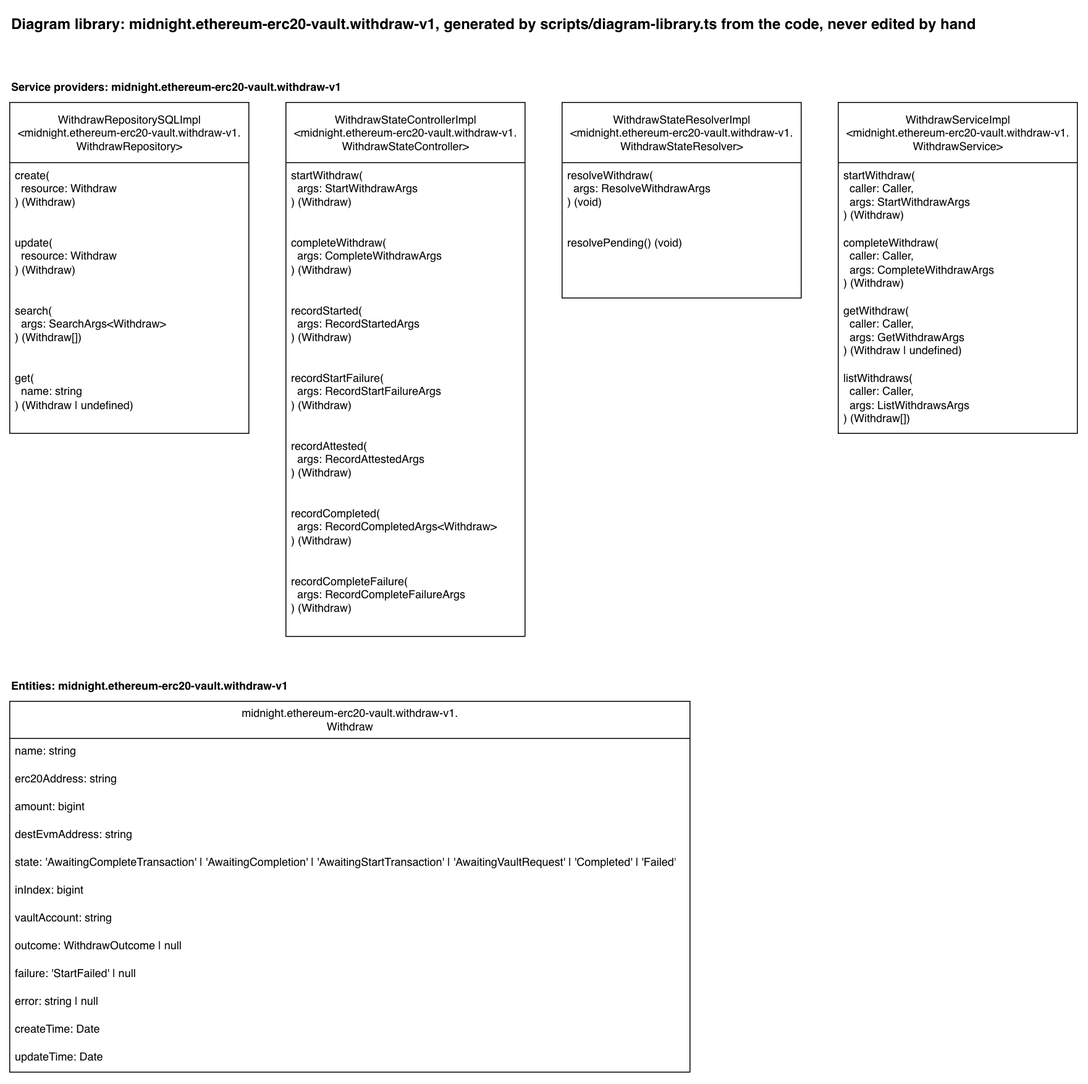
Earlier version of the draw.io export docs/diagram-library/midnight/ethereum-erc20-vault/withdraw-v1/diagram-library.drawio.png (sig-net/full-stack-demo). Source tidied: cells renumbered, new cells last; positions are measured from the earlier drawing's top-left corner, leaving out a move shared by most shapes.
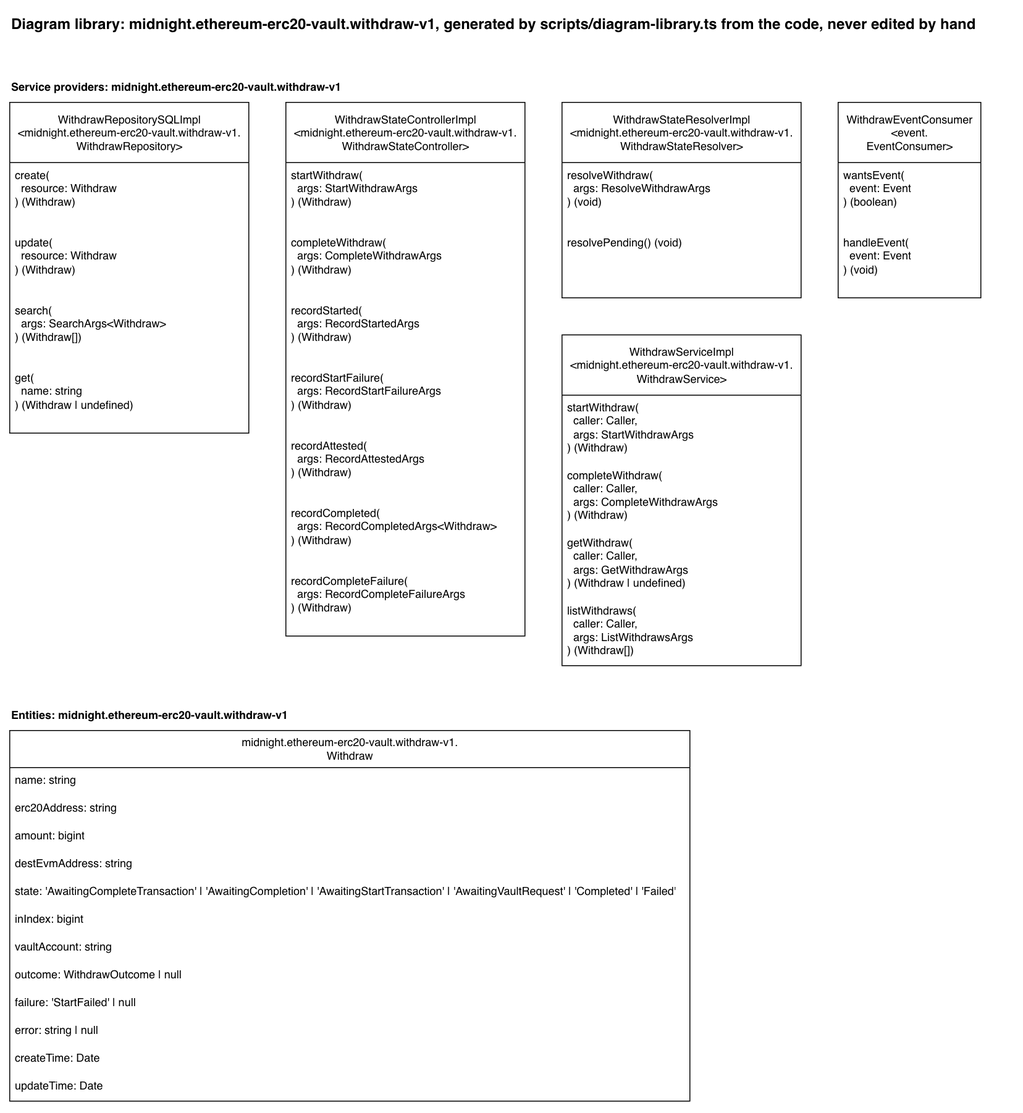
After the commit.

Diff of the diagram source:
```diff
@@ -57,7 +57,7 @@
       <mxGeometry y="138" width="258" height="73" as="geometry" />
     </mxCell>
     <mxCell id="20" value="WithdrawServiceImpl&lt;br&gt;&amp;lt;midnight.ethereum-erc20-vault.withdraw-v1.&lt;br&gt;WithdrawService&amp;gt;" style="swimlane;fontStyle=0;horizontal=1;startSize=65;fillColor=default;html=1;fillStyle=solid;" parent="1" vertex="1">
-      <mxGeometry x="894" y="100" width="258" height="357" as="geometry" />
+      <mxGeometry x="596" y="351" width="258" height="357" as="geometry" />
     </mxCell>
     <mxCell id="21" value="startWithdraw(&lt;br&gt;&amp;nbsp; caller: Caller,&lt;br&gt;&amp;nbsp; args: StartWithdrawArgs&lt;br&gt;) (Withdraw)" style="text;strokeColor=none;fillColor=none;align=left;verticalAlign=top;spacingLeft=4;spacingRight=4;overflow=hidden;whiteSpace=wrap;html=1;" parent="20" vertex="1">
       <mxGeometry y="65" width="258" height="73" as="geometry" />
@@ -71,11 +71,20 @@
     <mxCell id="24" value="listWithdraws(&lt;br&gt;&amp;nbsp; caller: Caller,&lt;br&gt;&amp;nbsp; args: ListWithdrawsArgs&lt;br&gt;) (Withdraw[])" style="text;strokeColor=none;fillColor=none;align=left;verticalAlign=top;spacingLeft=4;spacingRight=4;overflow=hidden;whiteSpace=wrap;html=1;" parent="20" vertex="1">
       <mxGeometry y="284" width="258" height="73" as="geometry" />
     </mxCell>
+    <mxCell id="39" value="WithdrawEventConsumer&lt;br&gt;&amp;lt;event.&lt;br&gt;EventConsumer&amp;gt;" style="swimlane;fontStyle=0;horizontal=1;startSize=65;fillColor=default;html=1;fillStyle=solid;" parent="1" vertex="1">
+      <mxGeometry x="894" y="100" width="154" height="211" as="geometry" />
+    </mxCell>
+    <mxCell id="40" value="wantsEvent(&lt;br&gt;&amp;nbsp; event: Event&lt;br&gt;) (boolean)" style="text;strokeColor=none;fillColor=none;align=left;verticalAlign=top;spacingLeft=4;spacingRight=4;overflow=hidden;whiteSpace=wrap;html=1;" parent="39" vertex="1">
+      <mxGeometry y="65" width="154" height="73" as="geometry" />
+    </mxCell>
+    <mxCell id="41" value="handleEvent(&lt;br&gt;&amp;nbsp; event: Event&lt;br&gt;) (void)" style="text;strokeColor=none;fillColor=none;align=left;verticalAlign=top;spacingLeft=4;spacingRight=4;overflow=hidden;whiteSpace=wrap;html=1;" parent="39" vertex="1">
+      <mxGeometry y="138" width="154" height="73" as="geometry" />
+    </mxCell>
     <mxCell id="25" value="Entities: midnight.ethereum-erc20-vault.withdraw-v1" style="text;html=1;fontStyle=1;" parent="1" vertex="1">
-      <mxGeometry y="716" width="324" height="20" as="geometry" />
+      <mxGeometry y="748" width="324" height="20" as="geometry" />
     </mxCell>
     <mxCell id="26" value="midnight.ethereum-erc20-vault.withdraw-v1.&lt;br&gt;Withdraw" style="swimlane;fontStyle=0;horizontal=1;startSize=40;fillColor=default;html=1;fillStyle=solid;" parent="1" vertex="1">
-      <mxGeometry y="746" width="734" height="400" as="geometry" />
+      <mxGeometry y="778" width="734" height="400" as="geometry" />
     </mxCell>
     <mxCell id="27" value="name: string" style="text;strokeColor=none;fillColor=none;align=left;verticalAlign=top;spacingLeft=4;spacingRight=4;overflow=hidden;whiteSpace=wrap;html=1;" parent="26" vertex="1">
       <mxGeometry y="40" width="734" height="30" as="geometry" />
```
